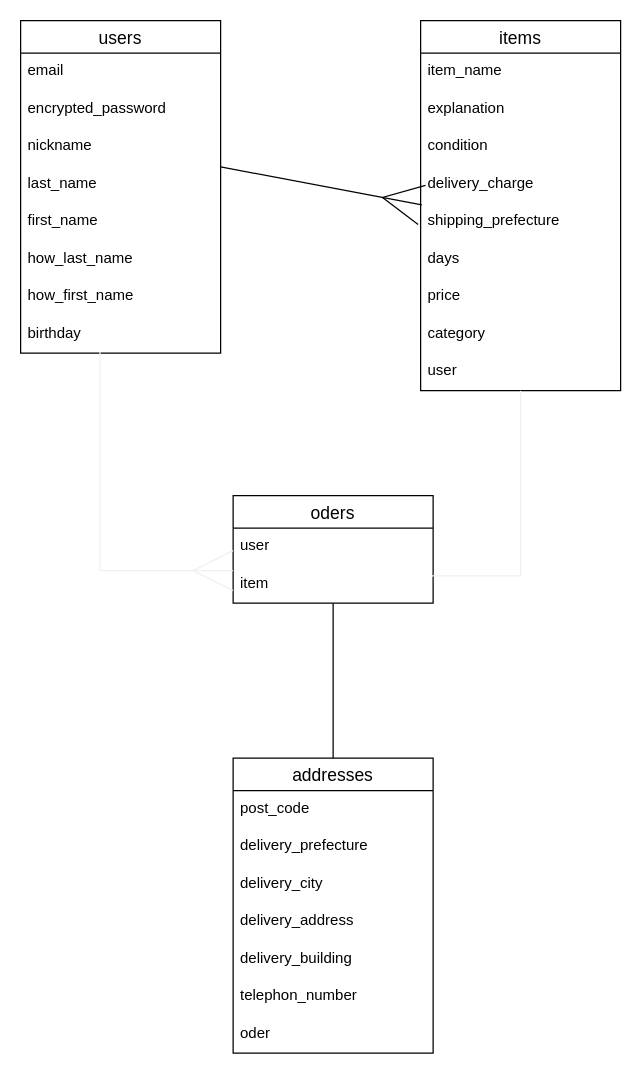
The draw.io diagram ER.dio in coronnoniwa/furima-38795, before the edit. Source tidied: cells renumbered, new cells numbered last; positions are measured from the earlier drawing's top-left corner, leaving out a move shared by most shapes. Both pictures are drawn from the tidied source at 125%, with x=0, y=0 at pixel (20, 20).
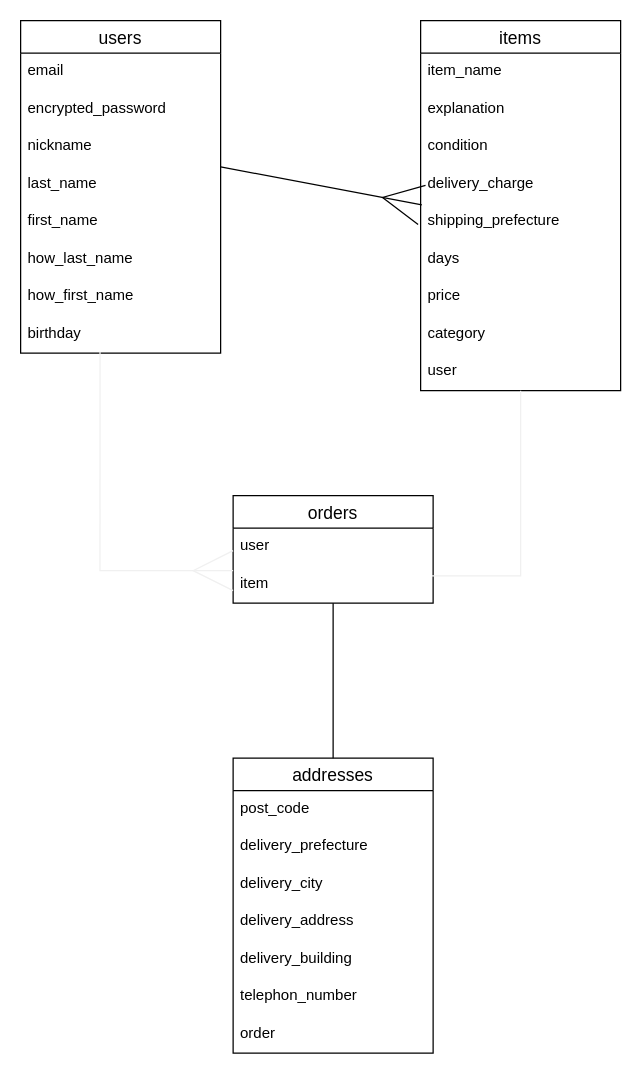
Above is the later version.

Commit message (it also covers changes not shown here):
データベース設計修正２

The change refers to these unchanged cells:
```xml
<mxCell id="25" value="addresses" style="swimlane;fontStyle=0;horizontal=1;startSize=26;align=center;fontSize=14;" parent="1" vertex="1">
  <mxGeometry x="170" y="590" width="160" height="236" as="geometry" />
</mxCell>
```

The edit, as a diff of the source:
```diff
@@
-    <mxCell id="22" value="oders" style="swimlane;fontStyle=0;horizontal=1;startSize=26;align=center;fontSize=14;" parent="1" vertex="1">
+    <mxCell id="22" value="orders" style="swimlane;fontStyle=0;horizontal=1;startSize=26;align=center;fontSize=14;" parent="1" vertex="1">
       <mxGeometry x="170" y="380" width="160" height="86" as="geometry" />
     </mxCell>
@@
-    <mxCell id="32" value="oder" style="text;strokeColor=none;fillColor=none;spacingLeft=4;spacingRight=4;overflow=hidden;fontSize=12;" parent="25" vertex="1">
+    <mxCell id="32" value="order" style="text;strokeColor=none;fillColor=none;spacingLeft=4;spacingRight=4;overflow=hidden;fontSize=12;" parent="25" vertex="1">
       <mxGeometry y="206" width="160" height="30" as="geometry" />
     </mxCell>
```
